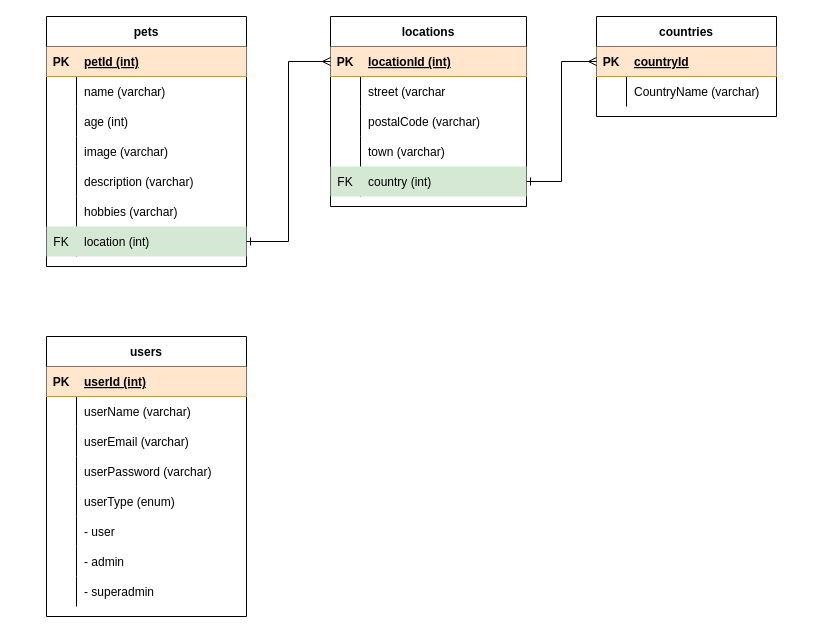
mbalabanov/CFLMS-MarinBalabanov-CodeReview-11 keeps this draw.io diagram as datamodel-adoptapet.drawio. Above is the earlier version. Source tidied: cells renumbered, new cells numbered last; positions are measured from the earlier drawing's top-left corner, leaving out a move shared by most shapes. Both pictures are drawn from the tidied source at 100%, with x=0, y=0 at pixel (46, 16).
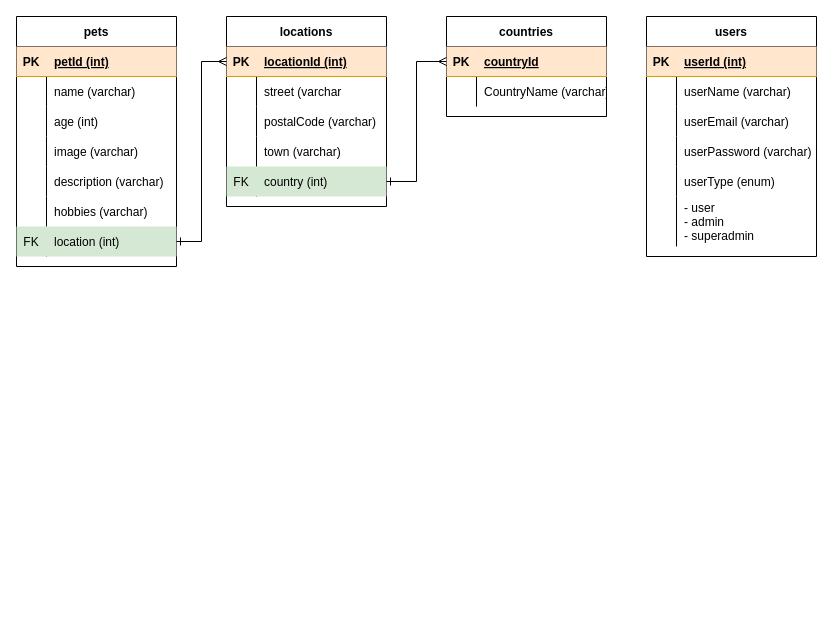
The same diagram, later.

What changed in the source:
```diff
@@
     <mxCell id="2" value="pets" style="shape=table;startSize=30;childLayout=tableLayout;rowLines=0;fontStyle=1;align=center;" parent="1" vertex="1">
-      <mxGeometry width="200" height="250" as="geometry" />
+      <mxGeometry x="-30" width="160" height="250" as="geometry" />
     </mxCell>
     <mxCell id="3" style="shape=partialRectangle;fillColor=#ffe6cc;top=0;left=0;bottom=1;right=0;strokeColor=#d79b00;" parent="2" vertex="1">
-      <mxGeometry y="30" width="200" height="30" as="geometry" />
+      <mxGeometry y="30" width="160" height="30" as="geometry" />
     </mxCell>
@@
     <mxCell id="5" value="petId (int)" style="shape=partialRectangle;fillColor=none;top=0;left=0;bottom=0;right=0;align=left;spacingLeft=6;fontStyle=5;overflow=hidden;" parent="3" vertex="1">
-      <mxGeometry x="30" width="170" height="30" as="geometry" />
+      <mxGeometry x="30" width="130" height="30" as="geometry" />
     </mxCell>
     <mxCell id="6" style="shape=partialRectangle;fillColor=none;top=0;left=0;bottom=0;right=0;" parent="2" vertex="1">
-      <mxGeometry y="60" width="200" height="30" as="geometry" />
+      <mxGeometry y="60" width="160" height="30" as="geometry" />
     </mxCell>
@@
     <mxCell id="8" value="name (varchar)" style="shape=partialRectangle;fillColor=none;top=0;left=0;bottom=0;right=0;align=left;spacingLeft=6;overflow=hidden;" parent="6" vertex="1">
-      <mxGeometry x="30" width="170" height="30" as="geometry" />
+      <mxGeometry x="30" width="130" height="30" as="geometry" />
     </mxCell>
     <mxCell id="9" style="shape=partialRectangle;fillColor=none;top=0;left=0;bottom=0;right=0;" parent="2" vertex="1">
-      <mxGeometry y="90" width="200" height="30" as="geometry" />
+      <mxGeometry y="90" width="160" height="30" as="geometry" />
     </mxCell>
@@
     <mxCell id="11" value="age (int)" style="shape=partialRectangle;fillColor=none;top=0;left=0;bottom=0;right=0;align=left;spacingLeft=6;overflow=hidden;" parent="9" vertex="1">
-      <mxGeometry x="30" width="170" height="30" as="geometry" />
+      <mxGeometry x="30" width="130" height="30" as="geometry" />
     </mxCell>
     <mxCell id="12" style="shape=partialRectangle;fillColor=none;top=0;left=0;bottom=0;right=0;" parent="2" vertex="1">
-      <mxGeometry y="120" width="200" height="30" as="geometry" />
+      <mxGeometry y="120" width="160" height="30" as="geometry" />
     </mxCell>
@@
     <mxCell id="14" value="image (varchar)" style="shape=partialRectangle;fillColor=none;top=0;left=0;bottom=0;right=0;align=left;spacingLeft=6;overflow=hidden;" parent="12" vertex="1">
-      <mxGeometry x="30" width="170" height="30" as="geometry" />
+      <mxGeometry x="30" width="130" height="30" as="geometry" />
     </mxCell>
     <mxCell id="15" style="shape=partialRectangle;fillColor=none;top=0;left=0;bottom=0;right=0;" parent="2" vertex="1">
-      <mxGeometry y="150" width="200" height="30" as="geometry" />
+      <mxGeometry y="150" width="160" height="30" as="geometry" />
     </mxCell>
@@
     <mxCell id="17" value="description (varchar)" style="shape=partialRectangle;fillColor=none;top=0;left=0;bottom=0;right=0;align=left;spacingLeft=6;overflow=hidden;" parent="15" vertex="1">
-      <mxGeometry x="30" width="170" height="30" as="geometry" />
+      <mxGeometry x="30" width="130" height="30" as="geometry" />
     </mxCell>
     <mxCell id="18" style="shape=partialRectangle;fillColor=none;top=0;left=0;bottom=0;right=0;" parent="2" vertex="1">
-      <mxGeometry y="180" width="200" height="30" as="geometry" />
+      <mxGeometry y="180" width="160" height="30" as="geometry" />
     </mxCell>
@@
     <mxCell id="20" value="hobbies (varchar)" style="shape=partialRectangle;fillColor=none;top=0;left=0;bottom=0;right=0;align=left;spacingLeft=6;overflow=hidden;" parent="18" vertex="1">
-      <mxGeometry x="30" width="170" height="30" as="geometry" />
+      <mxGeometry x="30" width="130" height="30" as="geometry" />
     </mxCell>
     <mxCell id="21" style="shape=partialRectangle;fillColor=#d5e8d4;top=0;left=0;bottom=0;right=0;points=[[0,0.5],[1,0.5]];portConstraint=eastwest;strokeColor=#82b366;" parent="2" vertex="1">
-      <mxGeometry y="210" width="200" height="30" as="geometry" />
+      <mxGeometry y="210" width="160" height="30" as="geometry" />
     </mxCell>
@@
     <mxCell id="23" value="location (int)" style="shape=partialRectangle;fillColor=none;top=0;left=0;bottom=0;right=0;align=left;spacingLeft=6;overflow=hidden;" parent="21" vertex="1">
-      <mxGeometry x="30" width="170" height="30" as="geometry" />
+      <mxGeometry x="30" width="130" height="30" as="geometry" />
     </mxCell>
     <mxCell id="24" value="locations" style="shape=table;startSize=30;childLayout=tableLayout;rowLines=0;fontStyle=1;align=center;" parent="1" vertex="1">
-      <mxGeometry x="284" width="196" height="190" as="geometry" />
+      <mxGeometry x="180" width="160" height="190" as="geometry" />
     </mxCell>
     <mxCell id="25" style="shape=partialRectangle;fillColor=#ffe6cc;top=0;left=0;bottom=1;right=0;points=[[0,0.5],[1,0.5]];portConstraint=eastwest;strokeColor=#d79b00;" parent="24" vertex="1">
-      <mxGeometry y="30" width="196" height="30" as="geometry" />
+      <mxGeometry y="30" width="160" height="30" as="geometry" />
     </mxCell>
@@
     <mxCell id="27" value="locationId (int)" style="shape=partialRectangle;fillColor=none;top=0;left=0;bottom=0;right=0;align=left;spacingLeft=6;fontStyle=5;overflow=hidden;" parent="25" vertex="1">
-      <mxGeometry x="30" width="166" height="30" as="geometry" />
+      <mxGeometry x="30" width="130" height="30" as="geometry" />
     </mxCell>
     <mxCell id="28" style="shape=partialRectangle;fillColor=none;top=0;left=0;bottom=0;right=0;" parent="24" vertex="1">
-      <mxGeometry y="60" width="196" height="30" as="geometry" />
+      <mxGeometry y="60" width="160" height="30" as="geometry" />
     </mxCell>
@@
     <mxCell id="30" value="street (varchar" style="shape=partialRectangle;fillColor=none;top=0;left=0;bottom=0;right=0;align=left;spacingLeft=6;overflow=hidden;" parent="28" vertex="1">
-      <mxGeometry x="30" width="166" height="30" as="geometry" />
+      <mxGeometry x="30" width="130" height="30" as="geometry" />
     </mxCell>
     <mxCell id="31" style="shape=partialRectangle;fillColor=none;top=0;left=0;bottom=0;right=0;" parent="24" vertex="1">
-      <mxGeometry y="90" width="196" height="30" as="geometry" />
+      <mxGeometry y="90" width="160" height="30" as="geometry" />
     </mxCell>
@@
     <mxCell id="33" value="postalCode (varchar)" style="shape=partialRectangle;fillColor=none;top=0;left=0;bottom=0;right=0;align=left;spacingLeft=6;overflow=hidden;" parent="31" vertex="1">
-      <mxGeometry x="30" width="166" height="30" as="geometry" />
+      <mxGeometry x="30" width="130" height="30" as="geometry" />
     </mxCell>
     <mxCell id="34" style="shape=partialRectangle;fillColor=none;top=0;left=0;bottom=0;right=0;" parent="24" vertex="1">
-      <mxGeometry y="120" width="196" height="30" as="geometry" />
+      <mxGeometry y="120" width="160" height="30" as="geometry" />
     </mxCell>
@@
     <mxCell id="36" value="town (varchar)" style="shape=partialRectangle;fillColor=none;top=0;left=0;bottom=0;right=0;align=left;spacingLeft=6;overflow=hidden;" parent="34" vertex="1">
-      <mxGeometry x="30" width="166" height="30" as="geometry" />
+      <mxGeometry x="30" width="130" height="30" as="geometry" />
     </mxCell>
     <mxCell id="37" style="shape=partialRectangle;fillColor=#d5e8d4;top=0;left=0;bottom=0;right=0;points=[[0,0.5],[1,0.5]];portConstraint=eastwest;strokeColor=#82b366;" parent="24" vertex="1">
-      <mxGeometry y="150" width="196" height="30" as="geometry" />
+      <mxGeometry y="150" width="160" height="30" as="geometry" />
     </mxCell>
@@
     <mxCell id="39" value="country (int)" style="shape=partialRectangle;fillColor=none;top=0;left=0;bottom=0;right=0;align=left;spacingLeft=6;overflow=hidden;" parent="37" vertex="1">
-      <mxGeometry x="30" width="166" height="30" as="geometry" />
+      <mxGeometry x="30" width="130" height="30" as="geometry" />
     </mxCell>
     <mxCell id="40" value="countries" style="shape=table;startSize=30;childLayout=tableLayout;rowLines=0;fontStyle=1;align=center;" parent="1" vertex="1">
-      <mxGeometry x="550" width="180" height="100" as="geometry" />
+      <mxGeometry x="400" width="160" height="100" as="geometry" />
     </mxCell>
     <mxCell id="41" style="shape=partialRectangle;fillColor=#ffe6cc;top=0;left=0;bottom=1;right=0;points=[[0,0.5],[1,0.5]];portConstraint=eastwest;strokeColor=#d79b00;" parent="40" vertex="1">
-      <mxGeometry y="30" width="180" height="30" as="geometry" />
+      <mxGeometry y="30" width="160" height="30" as="geometry" />
     </mxCell>
@@
     <mxCell id="43" value="countryId" style="shape=partialRectangle;fillColor=none;top=0;left=0;bottom=0;right=0;align=left;spacingLeft=6;fontStyle=5;overflow=hidden;" parent="41" vertex="1">
-      <mxGeometry x="30" width="150" height="30" as="geometry" />
+      <mxGeometry x="30" width="130" height="30" as="geometry" />
     </mxCell>
     <mxCell id="44" style="shape=partialRectangle;fillColor=none;top=0;left=0;bottom=0;right=0;" parent="40" vertex="1">
-      <mxGeometry y="60" width="180" height="30" as="geometry" />
+      <mxGeometry y="60" width="160" height="30" as="geometry" />
     </mxCell>
@@
     <mxCell id="46" value="CountryName (varchar)" style="shape=partialRectangle;fillColor=none;top=0;left=0;bottom=0;right=0;align=left;spacingLeft=6;overflow=hidden;" parent="44" vertex="1">
-      <mxGeometry x="30" width="150" height="30" as="geometry" />
+      <mxGeometry x="30" width="130" height="30" as="geometry" />
     </mxCell>
@@
     <mxCell id="49" value="users" style="shape=table;startSize=30;childLayout=tableLayout;rowLines=0;fontStyle=1;align=center;" parent="1" vertex="1">
-      <mxGeometry y="320" width="200" height="280" as="geometry" />
+      <mxGeometry x="600" width="170" height="240" as="geometry" />
     </mxCell>
     <mxCell id="50" style="shape=partialRectangle;fillColor=#ffe6cc;top=0;left=0;bottom=1;right=0;strokeColor=#d79b00;" parent="49" vertex="1">
-      <mxGeometry y="30" width="200" height="30" as="geometry" />
+      <mxGeometry y="30" width="170" height="30" as="geometry" />
     </mxCell>
@@
     <mxCell id="52" value="userId (int)" style="shape=partialRectangle;fillColor=none;top=0;left=0;bottom=0;right=0;align=left;spacingLeft=6;fontStyle=5;overflow=hidden;" parent="50" vertex="1">
-      <mxGeometry x="30" width="170" height="30" as="geometry" />
+      <mxGeometry x="30" width="140" height="30" as="geometry" />
     </mxCell>
     <mxCell id="53" style="shape=partialRectangle;fillColor=none;top=0;left=0;bottom=0;right=0;" parent="49" vertex="1">
-      <mxGeometry y="60" width="200" height="30" as="geometry" />
+      <mxGeometry y="60" width="170" height="30" as="geometry" />
     </mxCell>
@@
     <mxCell id="55" value="userName (varchar)" style="shape=partialRectangle;fillColor=none;top=0;left=0;bottom=0;right=0;align=left;spacingLeft=6;overflow=hidden;" parent="53" vertex="1">
-      <mxGeometry x="30" width="170" height="30" as="geometry" />
+      <mxGeometry x="30" width="140" height="30" as="geometry" />
     </mxCell>
     <mxCell id="56" style="shape=partialRectangle;fillColor=none;top=0;left=0;bottom=0;right=0;" parent="49" vertex="1">
-      <mxGeometry y="90" width="200" height="30" as="geometry" />
+      <mxGeometry y="90" width="170" height="30" as="geometry" />
     </mxCell>
@@
     <mxCell id="58" value="userEmail (varchar)" style="shape=partialRectangle;fillColor=none;top=0;left=0;bottom=0;right=0;align=left;spacingLeft=6;overflow=hidden;" parent="56" vertex="1">
-      <mxGeometry x="30" width="170" height="30" as="geometry" />
+      <mxGeometry x="30" width="140" height="30" as="geometry" />
     </mxCell>
     <mxCell id="59" style="shape=partialRectangle;fillColor=none;top=0;left=0;bottom=0;right=0;" parent="49" vertex="1">
-      <mxGeometry y="120" width="200" height="30" as="geometry" />
+      <mxGeometry y="120" width="170" height="30" as="geometry" />
     </mxCell>
@@
     <mxCell id="61" value="userPassword (varchar)" style="shape=partialRectangle;fillColor=none;top=0;left=0;bottom=0;right=0;align=left;spacingLeft=6;overflow=hidden;" parent="59" vertex="1">
-      <mxGeometry x="30" width="170" height="30" as="geometry" />
+      <mxGeometry x="30" width="140" height="30" as="geometry" />
     </mxCell>
     <mxCell id="62" style="shape=partialRectangle;fillColor=none;top=0;left=0;bottom=0;right=0;" parent="49" vertex="1">
-      <mxGeometry y="150" width="200" height="30" as="geometry" />
+      <mxGeometry y="150" width="170" height="30" as="geometry" />
     </mxCell>
@@
     <mxCell id="64" value="userType (enum)" style="shape=partialRectangle;fillColor=none;top=0;left=0;bottom=0;right=0;align=left;spacingLeft=6;overflow=hidden;" parent="62" vertex="1">
-      <mxGeometry x="30" width="170" height="30" as="geometry" />
+      <mxGeometry x="30" width="140" height="30" as="geometry" />
     </mxCell>
     <mxCell id="65" style="shape=partialRectangle;fillColor=none;top=0;left=0;bottom=0;right=0;" parent="49" vertex="1">
-      <mxGeometry y="180" width="200" height="30" as="geometry" />
+      <mxGeometry y="180" width="170" height="50" as="geometry" />
     </mxCell>
     <mxCell id="66" style="shape=partialRectangle;fillColor=none;top=0;left=0;bottom=0;right=0;overflow=hidden;" parent="65" vertex="1">
-      <mxGeometry width="30" height="30" as="geometry" />
+      <mxGeometry width="30" height="50" as="geometry" />
     </mxCell>
-    <mxCell id="67" value="- user" style="shape=partialRectangle;fillColor=none;top=0;left=0;bottom=0;right=0;align=left;spacingLeft=6;overflow=hidden;" parent="65" vertex="1">
-      <mxGeometry x="30" width="170" height="30" as="geometry" />
+    <mxCell id="67" value="- user&#10;- admin&#10;- superadmin" style="shape=partialRectangle;fillColor=none;top=0;left=0;bottom=0;right=0;align=left;spacingLeft=6;overflow=hidden;" parent="65" vertex="1">
+      <mxGeometry x="30" width="140" height="50" as="geometry" />
     </mxCell>
-    <mxCell id="68" style="shape=partialRectangle;fillColor=none;top=0;left=0;bottom=0;right=0;" parent="49" vertex="1">
-      <mxGeometry y="210" width="200" height="30" as="geometry" />
-    </mxCell>
-    <mxCell id="69" style="shape=partialRectangle;fillColor=none;top=0;left=0;bottom=0;right=0;overflow=hidden;" parent="68" vertex="1">
-      <mxGeometry width="30" height="30" as="geometry" />
-    </mxCell>
-    <mxCell id="70" value="- admin" style="shape=partialRectangle;fillColor=none;top=0;left=0;bottom=0;right=0;align=left;spacingLeft=6;overflow=hidden;" parent="68" vertex="1">
-      <mxGeometry x="30" width="170" height="30" as="geometry" />
-    </mxCell>
-    <mxCell id="71" style="shape=partialRectangle;fillColor=none;top=0;left=0;bottom=0;right=0;" parent="49" vertex="1">
-      <mxGeometry y="240" width="200" height="30" as="geometry" />
-    </mxCell>
-    <mxCell id="72" style="shape=partialRectangle;fillColor=none;top=0;left=0;bottom=0;right=0;overflow=hidden;" parent="71" vertex="1">
-      <mxGeometry width="30" height="30" as="geometry" />
-    </mxCell>
-    <mxCell id="73" value="- superadmin" style="shape=partialRectangle;fillColor=none;top=0;left=0;bottom=0;right=0;align=left;spacingLeft=6;overflow=hidden;" parent="71" vertex="1">
-      <mxGeometry x="30" width="170" height="30" as="geometry" />
-    </mxCell>
```
